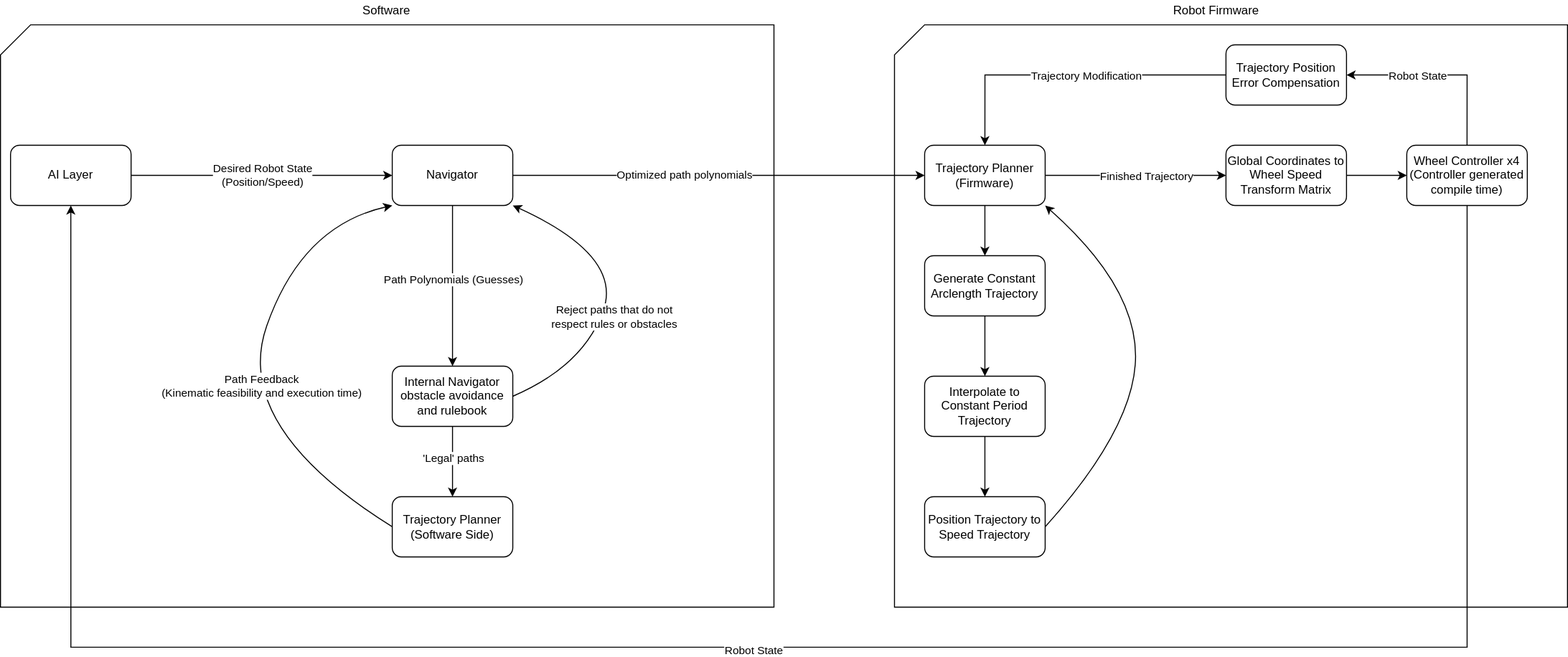
This is docs/images/ControlStock.svg from UBC-Thunderbots/Software, a draw.io export, as it was before one commit. Source tidied: cells renumbered, new cells last; positions are measured from the earlier drawing's top-left corner, leaving out a move shared by most shapes.
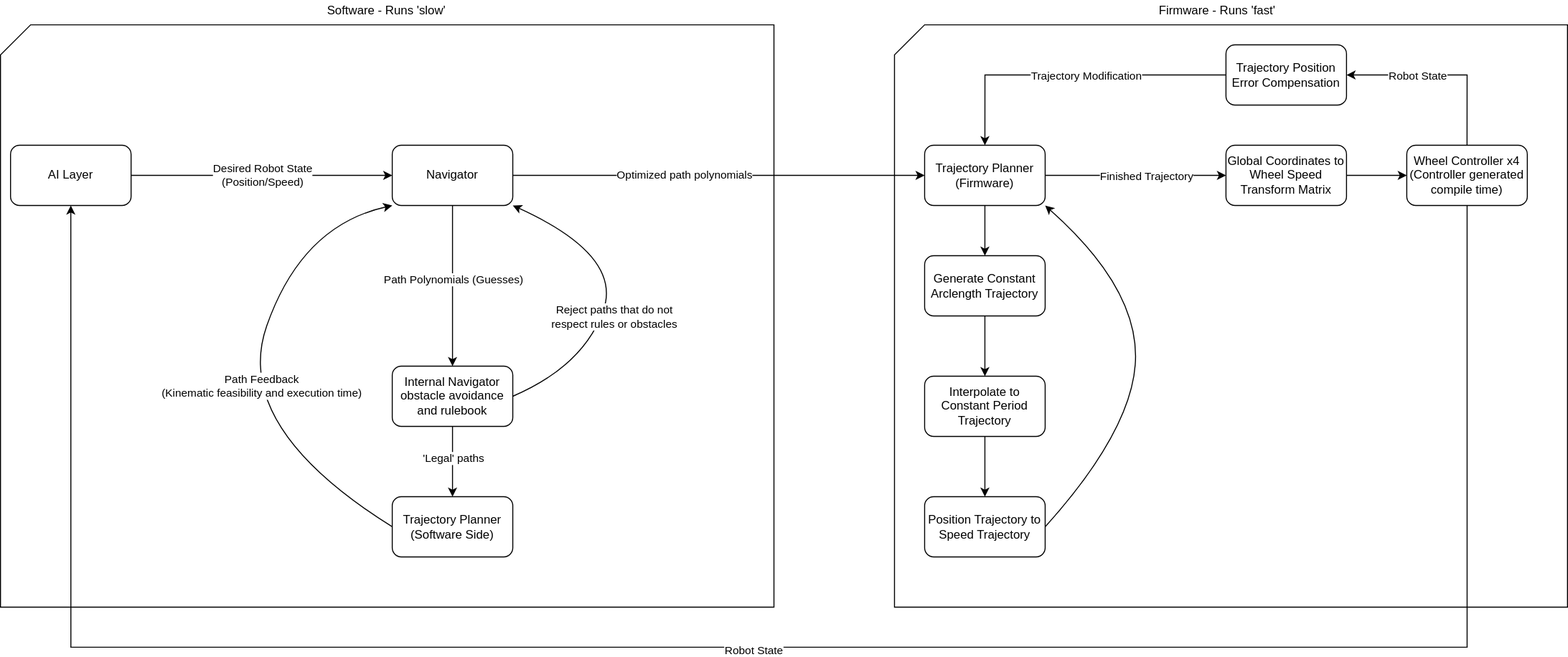
After the commit.

Commit message:
Added relative speed comments

Diff of the diagram source:
```diff
@@ -81,8 +81,8 @@
     <mxCell id="19" value="'Legal' paths" style="edgeLabel;html=1;align=center;verticalAlign=middle;" parent="18" vertex="1">
       <mxGeometry x="-0.09" relative="1" as="geometry" />
     </mxCell>
-    <mxCell id="20" value="Software" style="text;html=1;align=center;verticalAlign=middle;" parent="1" vertex="1">
-      <mxGeometry x="354" width="60" height="20" as="geometry" />
+    <mxCell id="20" value="Software - Runs 'slow'" style="text;html=1;align=center;verticalAlign=middle;" parent="1" vertex="1">
+      <mxGeometry x="319" width="130" height="20" as="geometry" />
     </mxCell>
     <mxCell id="21" style="edgeStyle=orthogonalEdgeStyle;rounded=0;jettySize=auto;html=1;entryX=0.5;entryY=0;entryDx=0;entryDy=0;" parent="1" edge="1" source="22" target="25">
       <mxGeometry relative="1" as="geometry" />
@@ -158,8 +158,8 @@
     <mxCell id="38" value="Trajectory Position Error Compensation" style="rounded=1;whiteSpace=wrap;html=1;" parent="1" vertex="1">
       <mxGeometry x="1220" y="44" width="120" height="60" as="geometry" />
     </mxCell>
-    <mxCell id="39" value="Robot Firmware" style="text;html=1;align=center;verticalAlign=middle;" parent="1" vertex="1">
-      <mxGeometry x="1160" width="100" height="20" as="geometry" />
+    <mxCell id="39" value="Firmware - Runs 'fast'" style="text;html=1;align=center;verticalAlign=middle;" parent="1" vertex="1">
+      <mxGeometry x="1146" width="130" height="20" as="geometry" />
     </mxCell>
   </root>
 </mxGraphModel>
```
